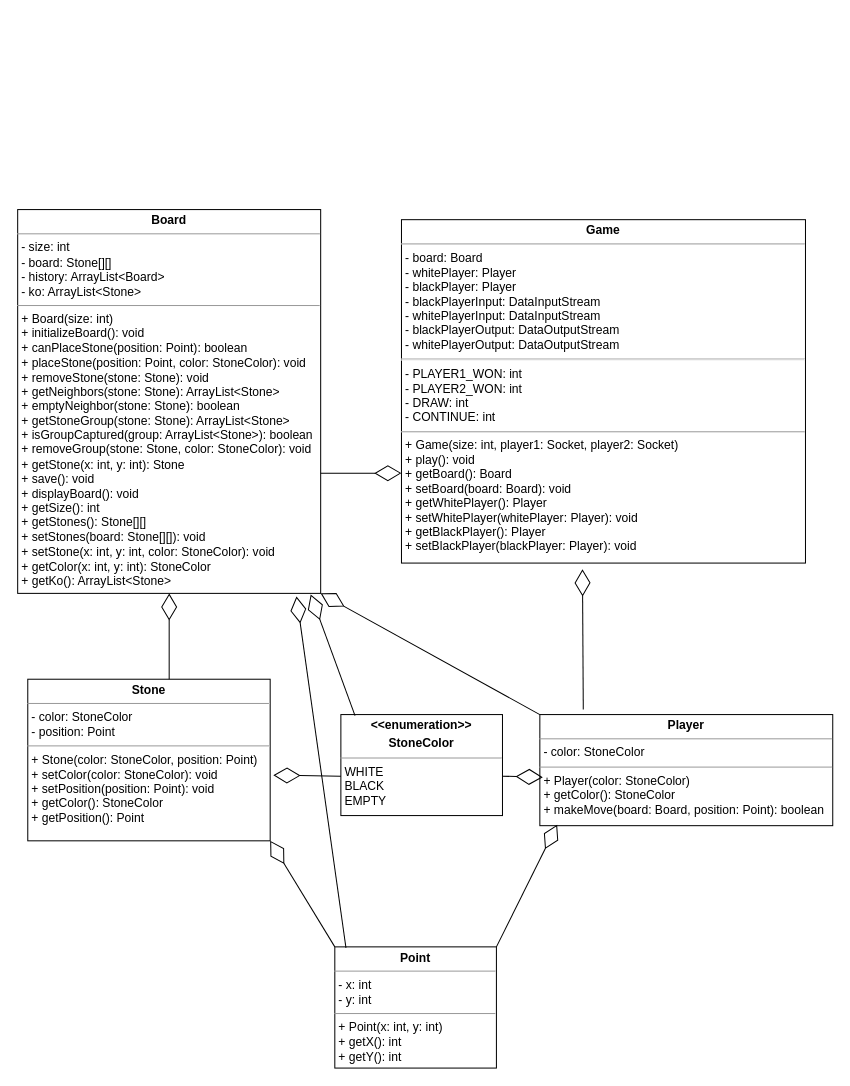
The draw.io diagram ClassDiagram.drawio in kasprzakewa/GO, before the edit. Source tidied: cells renumbered, new cells numbered last; positions are measured from the earlier drawing's top-left corner, leaving out a move shared by most shapes. Both pictures are drawn from the tidied source at 101%, with x=0, y=0 at pixel (17, 209).
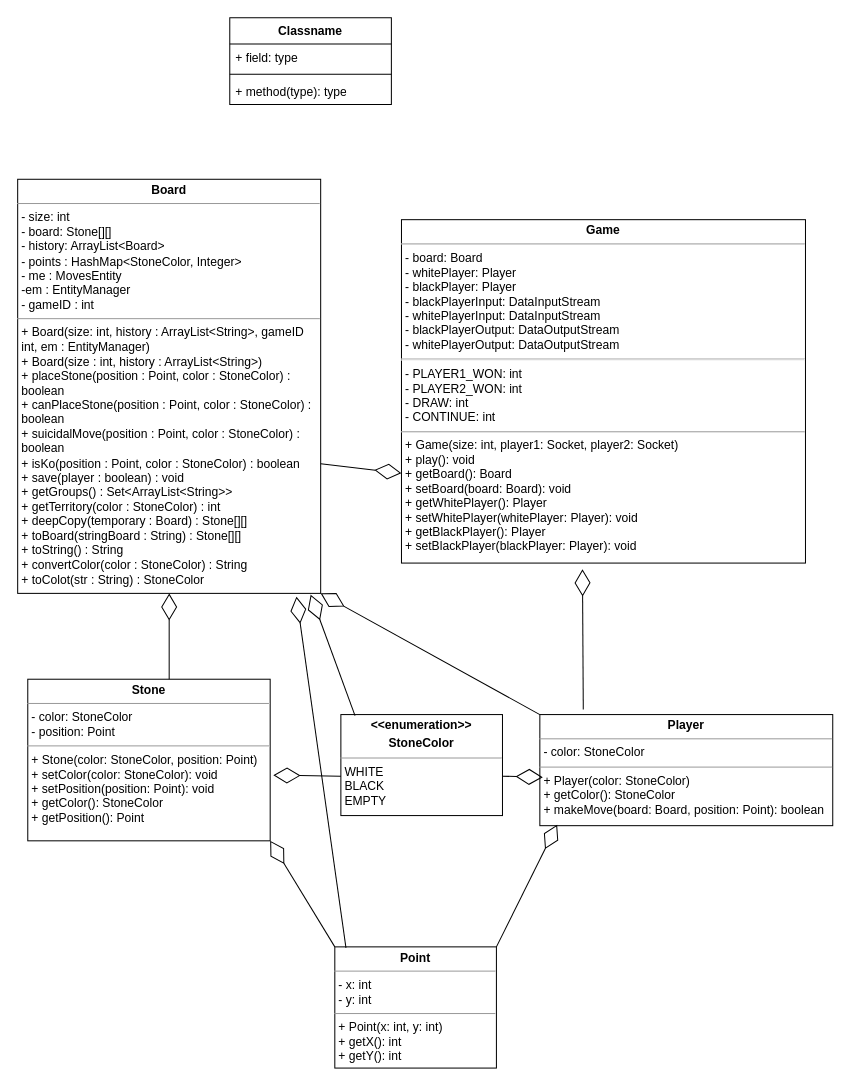
After the change.

Commit message (it also covers changes not shown here):
added white/black player decorator

The edit, as a diff of the source:
```diff
@@
-    <mxCell id="2" value="&lt;p style=&quot;margin:0px;margin-top:4px;text-align:center;&quot;&gt;&lt;b&gt;Board&lt;/b&gt;&lt;/p&gt;&lt;hr size=&quot;1&quot;&gt;&lt;p style=&quot;margin:0px;margin-left:4px;&quot;&gt;- size: int&amp;nbsp; &amp;nbsp; &amp;nbsp; &amp;nbsp; &amp;nbsp;&amp;nbsp;&lt;/p&gt;&lt;p style=&quot;margin:0px;margin-left:4px;&quot;&gt;- board: Stone[][]&amp;nbsp;&lt;/p&gt;&lt;p style=&quot;margin:0px;margin-left:4px;&quot;&gt;- history: ArrayList&amp;lt;Board&amp;gt;&lt;/p&gt;&lt;p style=&quot;margin:0px;margin-left:4px;&quot;&gt;- ko: ArrayList&amp;lt;Stone&amp;gt;&amp;nbsp;&amp;nbsp;&lt;/p&gt;&lt;hr size=&quot;1&quot;&gt;&lt;p style=&quot;margin:0px;margin-left:4px;&quot;&gt;+ Board(size: int)&amp;nbsp; &amp;nbsp; &amp;nbsp;&amp;nbsp;&lt;/p&gt;&lt;p style=&quot;margin:0px;margin-left:4px;&quot;&gt;+ initializeBoard(): void&amp;nbsp;&lt;/p&gt;&lt;p style=&quot;margin:0px;margin-left:4px;&quot;&gt;+ canPlaceStone(position: Point): boolean&amp;nbsp;&lt;/p&gt;&lt;p style=&quot;margin:0px;margin-left:4px;&quot;&gt;+ placeStone(position: Point, color: StoneColor): void&amp;nbsp;&lt;/p&gt;&lt;p style=&quot;margin:0px;margin-left:4px;&quot;&gt;+ removeStone(stone: Stone): void&amp;nbsp;&lt;/p&gt;&lt;p style=&quot;margin:0px;margin-left:4px;&quot;&gt;+ getNeighbors(stone: Stone): ArrayList&amp;lt;Stone&amp;gt;&amp;nbsp;&lt;/p&gt;&lt;p style=&quot;margin:0px;margin-left:4px;&quot;&gt;+ emptyNeighbor(stone: Stone): boolean&amp;nbsp;&lt;/p&gt;&lt;p style=&quot;margin:0px;margin-left:4px;&quot;&gt;+ getStoneGroup(stone: Stone): ArrayList&amp;lt;Stone&amp;gt;&amp;nbsp;&lt;/p&gt;&lt;p style=&quot;margin:0px;margin-left:4px;&quot;&gt;+ isGroupCaptured(group: ArrayList&amp;lt;Stone&amp;gt;): boolean&amp;nbsp;&lt;/p&gt;&lt;p style=&quot;margin:0px;margin-left:4px;&quot;&gt;+ removeGroup(stone: Stone, color: StoneColor): void&amp;nbsp;&lt;/p&gt;&lt;p style=&quot;margin:0px;margin-left:4px;&quot;&gt;+ getStone(x: int, y: int): Stone&amp;nbsp;&lt;/p&gt;&lt;p style=&quot;margin:0px;margin-left:4px;&quot;&gt;+ save(): void&amp;nbsp;&lt;/p&gt;&lt;p style=&quot;margin:0px;margin-left:4px;&quot;&gt;+ displayBoard(): void&amp;nbsp; &amp;nbsp;&lt;/p&gt;&lt;p style=&quot;margin:0px;margin-left:4px;&quot;&gt;+ getSize(): int&amp;nbsp; &amp;nbsp; &amp;nbsp; &amp;nbsp; &amp;nbsp;&lt;/p&gt;&lt;p style=&quot;margin:0px;margin-left:4px;&quot;&gt;+ getStones(): Stone[][]&amp;nbsp;&lt;/p&gt;&lt;p style=&quot;margin:0px;margin-left:4px;&quot;&gt;+ setStones(board: Stone[][]): void&amp;nbsp;&lt;/p&gt;&lt;p style=&quot;margin:0px;margin-left:4px;&quot;&gt;+ setStone(x: int, y: int, color: StoneColor): void&amp;nbsp;&lt;/p&gt;&lt;p style=&quot;margin:0px;margin-left:4px;&quot;&gt;+ getColor(x: int, y: int): StoneColor&amp;nbsp;&lt;/p&gt;&lt;p style=&quot;margin:0px;margin-left:4px;&quot;&gt;+ getKo(): ArrayList&amp;lt;Stone&amp;gt;&lt;/p&gt;" style="verticalAlign=top;align=left;overflow=fill;fontSize=12;fontFamily=Helvetica;html=1;whiteSpace=wrap;" parent="1" vertex="1">
-      <mxGeometry width="300" height="380" as="geometry" />
+    <mxCell id="2" value="&lt;p style=&quot;margin:0px;margin-top:4px;text-align:center;&quot;&gt;&lt;b&gt;Board&lt;/b&gt;&lt;/p&gt;&lt;hr size=&quot;1&quot;&gt;&lt;p style=&quot;margin:0px;margin-left:4px;&quot;&gt;- size: int&amp;nbsp; &amp;nbsp; &amp;nbsp; &amp;nbsp; &amp;nbsp;&amp;nbsp;&lt;/p&gt;&lt;p style=&quot;margin:0px;margin-left:4px;&quot;&gt;- board: Stone[][]&amp;nbsp;&lt;/p&gt;&lt;p style=&quot;margin:0px;margin-left:4px;&quot;&gt;- history: ArrayList&amp;lt;Board&amp;gt;&lt;/p&gt;&lt;p style=&quot;margin:0px;margin-left:4px;&quot;&gt;- points : HashMap&amp;lt;StoneColor, Integer&amp;gt;&lt;/p&gt;&lt;p style=&quot;margin:0px;margin-left:4px;&quot;&gt;- me : MovesEntity&lt;/p&gt;&lt;p style=&quot;margin:0px;margin-left:4px;&quot;&gt;-em : EntityManager&lt;/p&gt;&lt;p style=&quot;margin:0px;margin-left:4px;&quot;&gt;- gameID : int&amp;nbsp;&lt;/p&gt;&lt;hr size=&quot;1&quot;&gt;&lt;p style=&quot;margin:0px;margin-left:4px;&quot;&gt;+ Board(size: int, history : ArrayList&amp;lt;String&amp;gt;, gameID int, em : EntityManager)&lt;br&gt;&lt;/p&gt;&lt;p style=&quot;margin:0px;margin-left:4px;&quot;&gt;+ Board(size : int, history : ArrayList&amp;lt;String&amp;gt;)&lt;/p&gt;&lt;p style=&quot;margin:0px;margin-left:4px;&quot;&gt;+ placeStone(position : Point, color : StoneColor) : boolean&lt;/p&gt;&lt;p style=&quot;margin:0px;margin-left:4px;&quot;&gt;+ canPlaceStone(position : Point, color : StoneColor) : boolean&lt;/p&gt;&lt;p style=&quot;margin:0px;margin-left:4px;&quot;&gt;+ suicidalMove(position : Point, color : StoneColor) : boolean&lt;/p&gt;&lt;p style=&quot;margin:0px;margin-left:4px;&quot;&gt;+ isKo(position : Point, color : StoneColor) : boolean&lt;/p&gt;&lt;p style=&quot;margin:0px;margin-left:4px;&quot;&gt;+ save(player : boolean) : void&lt;/p&gt;&lt;p style=&quot;margin:0px;margin-left:4px;&quot;&gt;+ getGroups() : Set&amp;lt;ArrayList&amp;lt;String&amp;gt;&amp;gt;&lt;/p&gt;&lt;p style=&quot;margin:0px;margin-left:4px;&quot;&gt;+ getTerritory(color : StoneColor) : int&lt;/p&gt;&lt;p style=&quot;margin:0px;margin-left:4px;&quot;&gt;+ deepCopy(temporary : Board) : Stone[][]&lt;/p&gt;&lt;p style=&quot;margin:0px;margin-left:4px;&quot;&gt;+ toBoard(stringBoard : String) : Stone[][]&lt;/p&gt;&lt;p style=&quot;margin:0px;margin-left:4px;&quot;&gt;+ toString() : String&lt;/p&gt;&lt;p style=&quot;margin:0px;margin-left:4px;&quot;&gt;+ convertColor(color : StoneColor) : String&lt;/p&gt;&lt;p style=&quot;margin:0px;margin-left:4px;&quot;&gt;+ toColot(str : String) : StoneColor&lt;/p&gt;" style="verticalAlign=top;align=left;overflow=fill;fontSize=12;fontFamily=Helvetica;html=1;whiteSpace=wrap;" parent="1" vertex="1">
+      <mxGeometry y="-30" width="300" height="410" as="geometry" />
     </mxCell>
@@
+    <mxCell id="18" value="Classname" style="swimlane;fontStyle=1;align=center;verticalAlign=top;horizontal=1;startSize=26;whiteSpace=wrap;html=1;" parent="1" vertex="1">
+      <mxGeometry x="210" y="-190" width="160" height="86" as="geometry" />
+    </mxCell>
+    <mxCell id="19" value="+ field: type" style="text;strokeColor=none;fillColor=none;align=left;verticalAlign=top;spacingLeft=4;spacingRight=4;overflow=hidden;whiteSpace=wrap;html=1;" parent="18" vertex="1">
+      <mxGeometry y="26" width="160" height="26" as="geometry" />
+    </mxCell>
+    <mxCell id="20" style="line;strokeWidth=1;fillColor=none;align=left;verticalAlign=middle;spacingTop=-1;spacingLeft=3;spacingRight=3;labelPosition=right;strokeColor=inherit;" parent="18" vertex="1">
+      <mxGeometry y="52" width="160" height="8" as="geometry" />
+    </mxCell>
+    <mxCell id="21" value="+ method(type): type" style="text;strokeColor=none;fillColor=none;align=left;verticalAlign=top;spacingLeft=4;spacingRight=4;overflow=hidden;whiteSpace=wrap;html=1;" parent="18" vertex="1">
+      <mxGeometry y="60" width="160" height="26" as="geometry" />
+    </mxCell>
```
